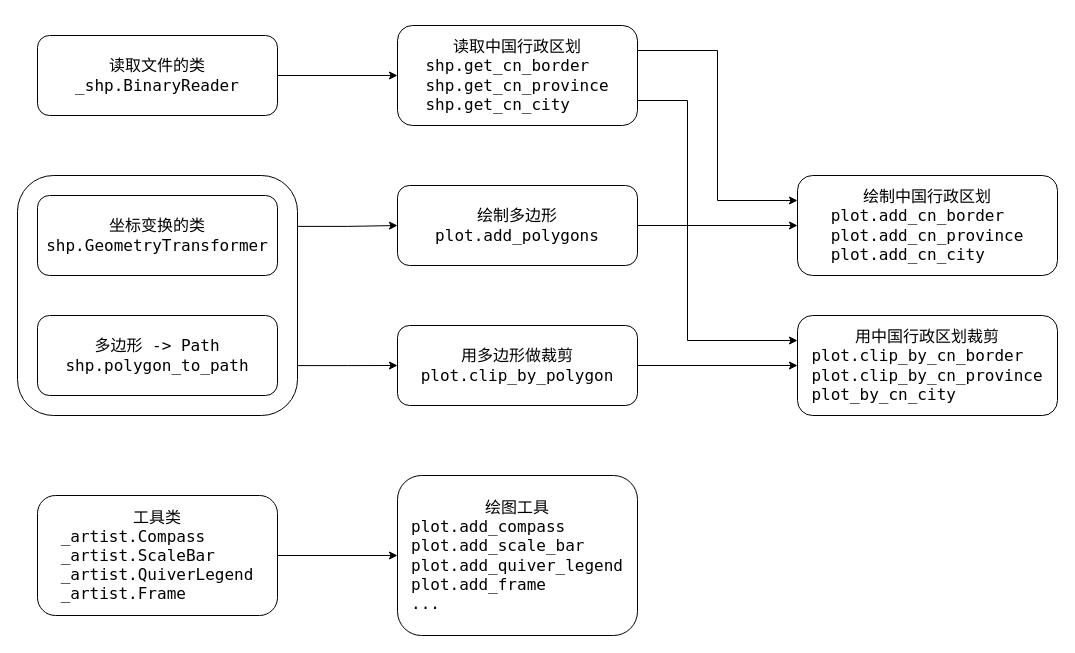
Earlier version of the draw.io diagram structure.drawio (ZhaJiMan/frykit). Source tidied: cells renumbered, new cells numbered last; positions are measured from the earlier drawing's top-left corner, leaving out a move shared by most shapes. Both pictures are drawn from the tidied source at 100%, with x=0, y=0 at pixel (17, 25).
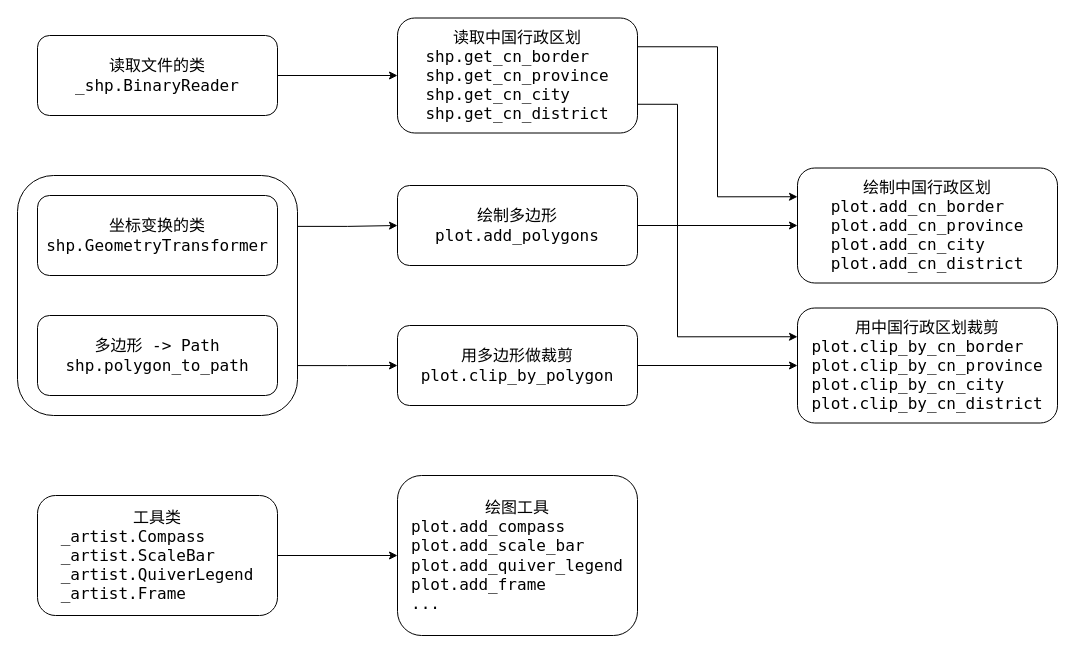
After the change.

Change to the diagram source:
```diff
@@
     <mxCell id="8" style="edgeStyle=orthogonalEdgeStyle;rounded=0;jettySize=auto;html=1;exitX=1;exitY=0.75;exitDx=0;exitDy=0;entryX=0;entryY=0.25;entryDx=0;entryDy=0;" parent="1" edge="1" source="9" target="16">
       <mxGeometry relative="1" as="geometry">
         <Array as="points">
-          <mxPoint x="670" y="75" />
-          <mxPoint x="670" y="315" />
+          <mxPoint x="660" y="79" />
+          <mxPoint x="660" y="311" />
         </Array>
       </mxGeometry>
     </mxCell>
-    <mxCell id="9" value="&lt;div&gt;&lt;font face=&quot;Lucida Console&quot;&gt;&lt;span style=&quot;font-size: 16px;&quot;&gt;读取中国行政区划&lt;/span&gt;&lt;/font&gt;&lt;/div&gt;&lt;font face=&quot;Lucida Console&quot;&gt;&lt;div style=&quot;text-align: left;&quot;&gt;&lt;span style=&quot;font-size: 16px; background-color: initial;&quot;&gt;shp.get_cn_border&lt;/span&gt;&lt;/div&gt;&lt;/font&gt;&lt;div style=&quot;text-align: left;&quot;&gt;&lt;font face=&quot;Lucida Console&quot;&gt;&lt;span style=&quot;font-size: 16px;&quot;&gt;shp.get_cn_province&lt;/span&gt;&lt;/font&gt;&lt;/div&gt;&lt;div style=&quot;text-align: left;&quot;&gt;&lt;font face=&quot;Lucida Console&quot;&gt;&lt;span style=&quot;font-size: 16px;&quot;&gt;shp.get_cn_city&lt;/span&gt;&lt;/font&gt;&lt;/div&gt;" style="rounded=1;whiteSpace=wrap;html=1;" parent="1" vertex="1">
-      <mxGeometry x="380" width="240" height="100" as="geometry" />
+    <mxCell id="9" value="&lt;div&gt;&lt;font face=&quot;Lucida Console&quot;&gt;&lt;span style=&quot;font-size: 16px;&quot;&gt;读取中国行政区划&lt;/span&gt;&lt;/font&gt;&lt;/div&gt;&lt;font face=&quot;Lucida Console&quot;&gt;&lt;div style=&quot;text-align: left;&quot;&gt;&lt;span style=&quot;font-size: 16px; background-color: initial;&quot;&gt;shp.get_cn_border&lt;/span&gt;&lt;/div&gt;&lt;/font&gt;&lt;div style=&quot;text-align: left;&quot;&gt;&lt;font face=&quot;Lucida Console&quot;&gt;&lt;span style=&quot;font-size: 16px;&quot;&gt;shp.get_cn_province&lt;/span&gt;&lt;/font&gt;&lt;/div&gt;&lt;div style=&quot;text-align: left;&quot;&gt;&lt;font face=&quot;Lucida Console&quot;&gt;&lt;span style=&quot;font-size: 16px;&quot;&gt;shp.get_cn_city&lt;/span&gt;&lt;/font&gt;&lt;/div&gt;&lt;div style=&quot;text-align: left;&quot;&gt;&lt;font face=&quot;Lucida Console&quot;&gt;&lt;span style=&quot;font-size: 16px;&quot;&gt;shp.get_cn_district&lt;/span&gt;&lt;/font&gt;&lt;/div&gt;" style="rounded=1;whiteSpace=wrap;html=1;" parent="1" vertex="1">
+      <mxGeometry x="380" y="-7.5" width="240" height="115" as="geometry" />
     </mxCell>
@@
-    <mxCell id="13" value="&lt;div&gt;&lt;font face=&quot;Lucida Console&quot;&gt;&lt;span style=&quot;font-size: 16px;&quot;&gt;绘制中国行政区划&lt;/span&gt;&lt;/font&gt;&lt;/div&gt;&lt;font face=&quot;Lucida Console&quot;&gt;&lt;div style=&quot;text-align: left;&quot;&gt;&lt;span style=&quot;font-size: 16px; background-color: initial;&quot;&gt;plot.add_cn_border&lt;/span&gt;&lt;/div&gt;&lt;/font&gt;&lt;div style=&quot;text-align: left;&quot;&gt;&lt;font face=&quot;Lucida Console&quot;&gt;&lt;span style=&quot;font-size: 16px;&quot;&gt;plot.add_cn_province&lt;/span&gt;&lt;/font&gt;&lt;/div&gt;&lt;div style=&quot;text-align: left;&quot;&gt;&lt;font face=&quot;Lucida Console&quot;&gt;&lt;span style=&quot;font-size: 16px;&quot;&gt;plot.add_cn_city&lt;/span&gt;&lt;/font&gt;&lt;/div&gt;" style="rounded=1;whiteSpace=wrap;html=1;" parent="1" vertex="1">
-      <mxGeometry x="780" y="150" width="260" height="100" as="geometry" />
+    <mxCell id="13" value="&lt;div&gt;&lt;font face=&quot;Lucida Console&quot;&gt;&lt;span style=&quot;font-size: 16px;&quot;&gt;绘制中国行政区划&lt;/span&gt;&lt;/font&gt;&lt;/div&gt;&lt;font face=&quot;Lucida Console&quot;&gt;&lt;div style=&quot;text-align: left;&quot;&gt;&lt;span style=&quot;font-size: 16px; background-color: initial;&quot;&gt;plot.add_cn_border&lt;/span&gt;&lt;/div&gt;&lt;/font&gt;&lt;div style=&quot;text-align: left;&quot;&gt;&lt;font face=&quot;Lucida Console&quot;&gt;&lt;span style=&quot;font-size: 16px;&quot;&gt;plot.add_cn_province&lt;/span&gt;&lt;/font&gt;&lt;/div&gt;&lt;div style=&quot;text-align: left;&quot;&gt;&lt;font face=&quot;Lucida Console&quot;&gt;&lt;span style=&quot;font-size: 16px;&quot;&gt;plot.add_cn_city&lt;/span&gt;&lt;/font&gt;&lt;/div&gt;&lt;div style=&quot;text-align: left;&quot;&gt;&lt;font face=&quot;Lucida Console&quot;&gt;&lt;span style=&quot;font-size: 16px;&quot;&gt;plot.add_cn_district&lt;/span&gt;&lt;/font&gt;&lt;/div&gt;" style="rounded=1;whiteSpace=wrap;html=1;" parent="1" vertex="1">
+      <mxGeometry x="780" y="142.5" width="260" height="115" as="geometry" />
     </mxCell>
@@
-    <mxCell id="16" value="&lt;div&gt;&lt;font face=&quot;Lucida Console&quot;&gt;&lt;span style=&quot;font-size: 16px;&quot;&gt;用中国行政区划裁剪&lt;/span&gt;&lt;/font&gt;&lt;/div&gt;&lt;font face=&quot;Lucida Console&quot;&gt;&lt;div style=&quot;text-align: left;&quot;&gt;&lt;span style=&quot;font-size: 16px; background-color: initial;&quot;&gt;plot.clip_by_cn_border&lt;/span&gt;&lt;/div&gt;&lt;/font&gt;&lt;div style=&quot;text-align: left;&quot;&gt;&lt;font face=&quot;Lucida Console&quot;&gt;&lt;span style=&quot;font-size: 16px;&quot;&gt;plot.clip_by_cn_province&lt;/span&gt;&lt;/font&gt;&lt;/div&gt;&lt;div style=&quot;text-align: left;&quot;&gt;&lt;font face=&quot;Lucida Console&quot;&gt;&lt;span style=&quot;font-size: 16px;&quot;&gt;plot_by_cn_city&lt;/span&gt;&lt;/font&gt;&lt;/div&gt;" style="rounded=1;whiteSpace=wrap;html=1;" parent="1" vertex="1">
-      <mxGeometry x="780" y="290" width="260" height="100" as="geometry" />
+    <mxCell id="16" value="&lt;div&gt;&lt;font face=&quot;Lucida Console&quot;&gt;&lt;span style=&quot;font-size: 16px;&quot;&gt;用中国行政区划裁剪&lt;/span&gt;&lt;/font&gt;&lt;/div&gt;&lt;font face=&quot;Lucida Console&quot;&gt;&lt;div style=&quot;text-align: left;&quot;&gt;&lt;span style=&quot;font-size: 16px; background-color: initial;&quot;&gt;plot.clip_by_cn_border&lt;/span&gt;&lt;/div&gt;&lt;/font&gt;&lt;div style=&quot;text-align: left;&quot;&gt;&lt;font face=&quot;Lucida Console&quot;&gt;&lt;span style=&quot;font-size: 16px;&quot;&gt;plot.clip_by_cn_province&lt;/span&gt;&lt;/font&gt;&lt;/div&gt;&lt;div style=&quot;text-align: left;&quot;&gt;&lt;font face=&quot;Lucida Console&quot;&gt;&lt;span style=&quot;font-size: 16px;&quot;&gt;plot.clip_by_cn_city&lt;/span&gt;&lt;/font&gt;&lt;/div&gt;&lt;div style=&quot;text-align: left;&quot;&gt;&lt;font face=&quot;Lucida Console&quot;&gt;&lt;span style=&quot;font-size: 16px;&quot;&gt;plot.clip_by_cn_district&lt;/span&gt;&lt;/font&gt;&lt;/div&gt;" style="rounded=1;whiteSpace=wrap;html=1;" parent="1" vertex="1">
+      <mxGeometry x="780" y="282.5" width="260" height="115" as="geometry" />
     </mxCell>
```
